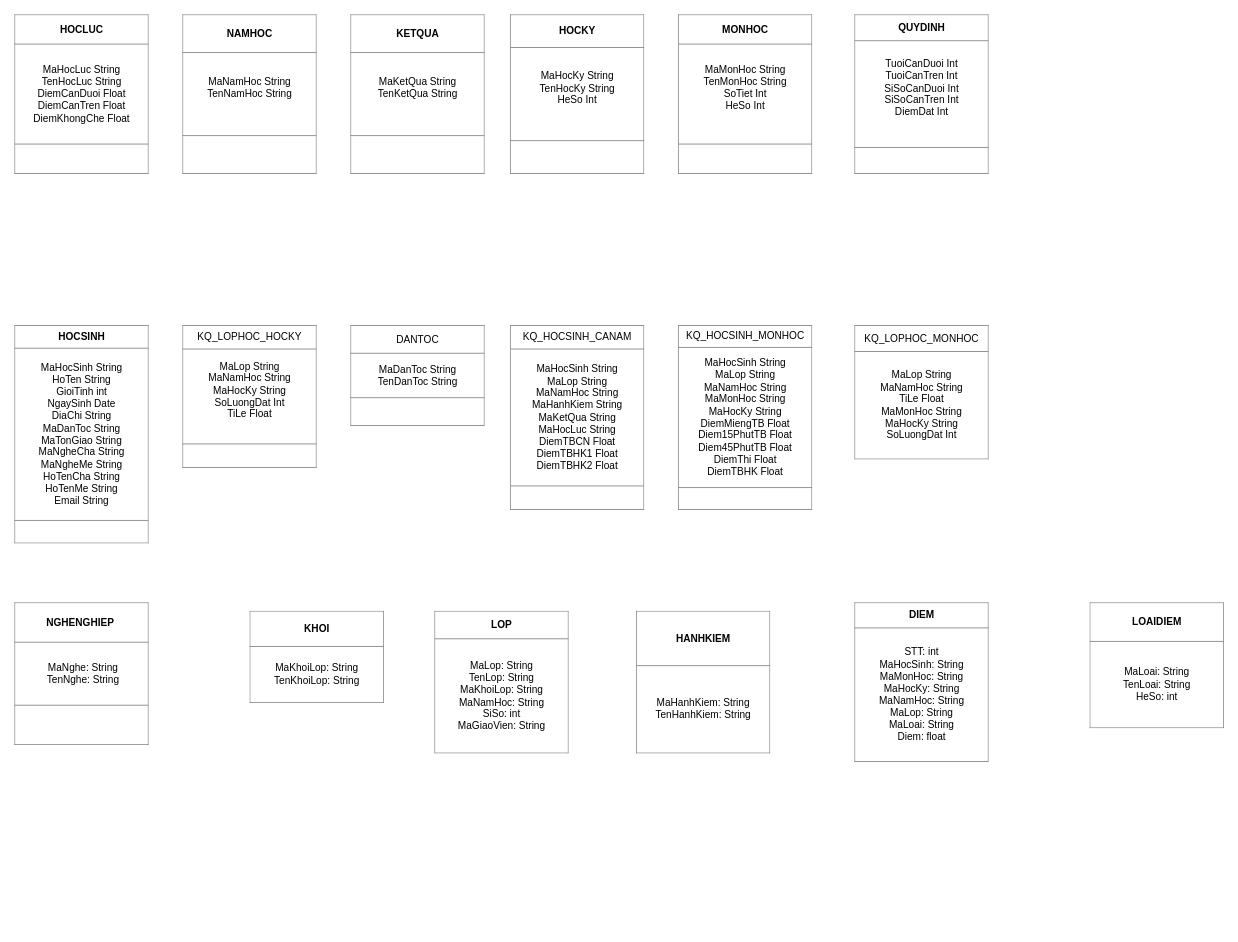
This is page "CD" (2 of 2) of diagram.drawio from NguyenTanNHa/Final---QUAN-LY-HE-THONG-THONG-TIN, a draw.io file, before an edit. Source tidied: cells renumbered, new cells numbered last; positions are measured from the earlier drawing's top-left corner, leaving out a move shared by most shapes. Both pictures are drawn from the tidied source at 84%, with x=0, y=0 at pixel (14, 14).
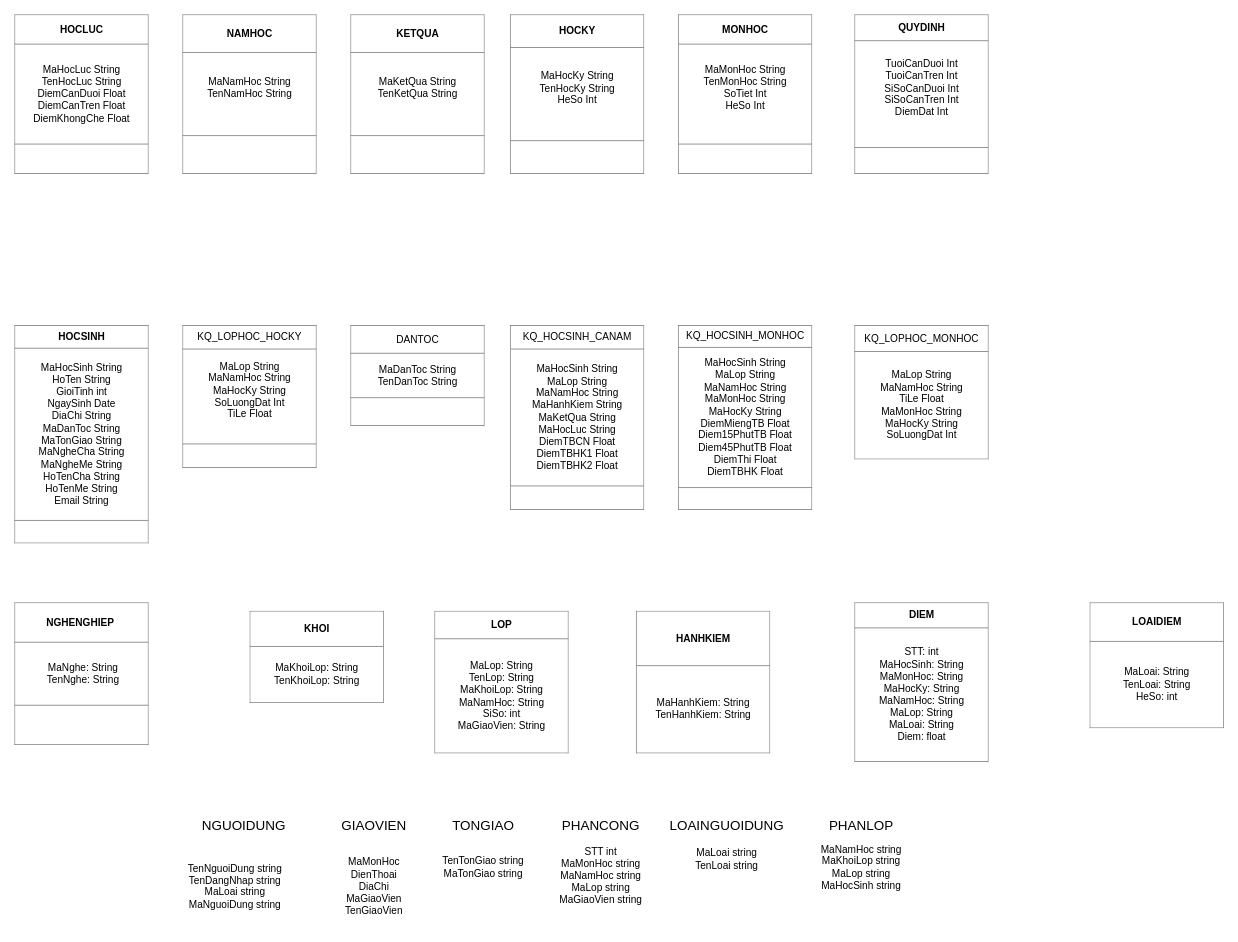
The same page after the edit.

Diff of the diagram source:
```diff
@@
+    <mxCell id="20" value="&lt;span style=&quot;font-size: 16px;&quot;&gt;NGUOIDUNG&lt;/span&gt;" style="text;html=1;align=center;verticalAlign=middle;whiteSpace=wrap;rounded=0;" parent="1" vertex="1">
+      <mxGeometry x="242.5" y="950" width="60" height="30" as="geometry" />
+    </mxCell>
+    <mxCell id="21" value="TenNguoiDung string&lt;div&gt;TenDangNhap&amp;nbsp;&lt;span style=&quot;background-color: initial;&quot;&gt;string&lt;/span&gt;&lt;/div&gt;&lt;div&gt;MaLoai&amp;nbsp;&lt;span style=&quot;background-color: initial;&quot;&gt;string&lt;/span&gt;&lt;/div&gt;&lt;div&gt;MaNguoiDung&amp;nbsp;&lt;span style=&quot;background-color: initial;&quot;&gt;string&lt;/span&gt;&lt;/div&gt;&lt;div&gt;&lt;br&gt;&lt;/div&gt;" style="text;html=1;align=center;verticalAlign=middle;whiteSpace=wrap;rounded=0;" parent="1" vertex="1">
+      <mxGeometry x="200" y="1030" width="125" height="30" as="geometry" />
+    </mxCell>
+    <mxCell id="22" value="&lt;span style=&quot;font-size: 16px;&quot;&gt;GIAOVIEN&lt;/span&gt;" style="text;html=1;align=center;verticalAlign=middle;whiteSpace=wrap;rounded=0;" parent="1" vertex="1">
+      <mxGeometry x="397.5" y="950" width="60" height="30" as="geometry" />
+    </mxCell>
+    <mxCell id="23" value="MaMonHoc&lt;div&gt;DienThoai&lt;/div&gt;&lt;div&gt;DiaChi&lt;/div&gt;&lt;div&gt;MaGiaoVien&lt;/div&gt;&lt;div&gt;TenGiaoVien&lt;br&gt;&lt;div&gt;&lt;br&gt;&lt;/div&gt;&lt;/div&gt;" style="text;html=1;align=center;verticalAlign=middle;whiteSpace=wrap;rounded=0;" parent="1" vertex="1">
+      <mxGeometry x="397.5" y="1030" width="60" height="30" as="geometry" />
+    </mxCell>
+    <mxCell id="24" value="&lt;span style=&quot;font-size: 16px;&quot;&gt;TONGIAO&lt;/span&gt;" style="text;html=1;align=center;verticalAlign=middle;whiteSpace=wrap;rounded=0;" parent="1" vertex="1">
+      <mxGeometry x="527.5" y="950" width="60" height="30" as="geometry" />
+    </mxCell>
+    <mxCell id="25" value="TenTonGiao string&lt;div&gt;MaTonGiao&amp;nbsp;&lt;span style=&quot;background-color: initial;&quot;&gt;string&lt;/span&gt;&lt;/div&gt;" style="text;html=1;align=center;verticalAlign=middle;whiteSpace=wrap;rounded=0;" parent="1" vertex="1">
+      <mxGeometry x="507.5" y="1000" width="100" height="30" as="geometry" />
+    </mxCell>
+    <mxCell id="26" value="&lt;span style=&quot;font-size: 16px;&quot;&gt;PHANCONG&lt;/span&gt;" style="text;html=1;align=center;verticalAlign=middle;whiteSpace=wrap;rounded=0;" parent="1" vertex="1">
+      <mxGeometry x="667.5" y="950" width="60" height="30" as="geometry" />
+    </mxCell>
+    <mxCell id="27" value="STT int&lt;div&gt;MaMonHoc string&lt;/div&gt;&lt;div&gt;MaNamHoc string&lt;/div&gt;&lt;div&gt;MaLop string&lt;/div&gt;&lt;div&gt;MaGiaoVien string&lt;/div&gt;" style="text;html=1;align=center;verticalAlign=middle;whiteSpace=wrap;rounded=0;" parent="1" vertex="1">
+      <mxGeometry x="642.5" y="1010" width="110" height="30" as="geometry" />
+    </mxCell>
+    <mxCell id="28" value="&lt;span style=&quot;font-size: 16px;&quot;&gt;LOAINGUOIDUNG&lt;/span&gt;" style="text;html=1;align=center;verticalAlign=middle;whiteSpace=wrap;rounded=0;" parent="1" vertex="1">
+      <mxGeometry x="817.5" y="950" width="60" height="30" as="geometry" />
+    </mxCell>
+    <mxCell id="29" value="MaLoai string&lt;div&gt;TenLoai string&lt;/div&gt;" style="text;html=1;align=center;verticalAlign=middle;whiteSpace=wrap;rounded=0;" parent="1" vertex="1">
+      <mxGeometry x="807.5" y="990" width="80" height="30" as="geometry" />
+    </mxCell>
+    <mxCell id="30" value="&lt;span style=&quot;font-size: 16px;&quot;&gt;PHANLOP&lt;/span&gt;" style="text;html=1;align=center;verticalAlign=middle;whiteSpace=wrap;rounded=0;" parent="1" vertex="1">
+      <mxGeometry x="977.5" y="950" width="60" height="30" as="geometry" />
+    </mxCell>
+    <mxCell id="31" value="MaNamHoc string&lt;div&gt;MaKhoiLop&amp;nbsp;&lt;span style=&quot;background-color: initial;&quot;&gt;string&lt;/span&gt;&lt;/div&gt;&lt;div&gt;MaLop&amp;nbsp;&lt;span style=&quot;background-color: initial;&quot;&gt;string&lt;/span&gt;&lt;/div&gt;&lt;div&gt;MaHocSinh&amp;nbsp;&lt;span style=&quot;background-color: initial;&quot;&gt;string&lt;/span&gt;&lt;/div&gt;" style="text;html=1;align=center;verticalAlign=middle;whiteSpace=wrap;rounded=0;" parent="1" vertex="1">
+      <mxGeometry x="952.5" y="1000" width="110" height="30" as="geometry" />
+    </mxCell>
```
